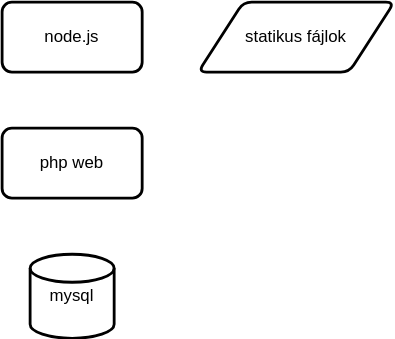
This is skanzen-folyamatábra.svg from boczpeter/notes, a draw.io export, as it was before one commit. Source tidied: cells renumbered, new cells last; positions are measured from the earlier drawing's top-left corner, leaving out a move shared by most shapes. The source it was exported from:
```xml
<mxGraphModel>
  <root>
    <mxCell id="0" />
    <mxCell id="1" parent="0" />
    <mxCell id="2" value="php web" style="rounded=1;whiteSpace=wrap;html=1;absoluteArcSize=1;arcSize=14;strokeWidth=2;" parent="1" vertex="1">
      <mxGeometry y="90" width="100" height="50" as="geometry" />
    </mxCell>
    <mxCell id="3" value="mysql" style="strokeWidth=2;html=1;shape=mxgraph.flowchart.database;whiteSpace=wrap;" parent="1" vertex="1">
      <mxGeometry x="20" y="180" width="60" height="60" as="geometry" />
    </mxCell>
    <mxCell id="4" value="node.js" style="rounded=1;whiteSpace=wrap;html=1;absoluteArcSize=1;arcSize=14;strokeWidth=2;" parent="1" vertex="1">
      <mxGeometry width="100" height="50" as="geometry" />
    </mxCell>
    <mxCell id="5" value="statikus fájlok" style="shape=parallelogram;html=1;strokeWidth=2;perimeter=parallelogramPerimeter;whiteSpace=wrap;rounded=1;arcSize=12;size=0.23;" parent="1" vertex="1">
      <mxGeometry x="140" width="140" height="50" as="geometry" />
    </mxCell>
  </root>
</mxGraphModel>
```
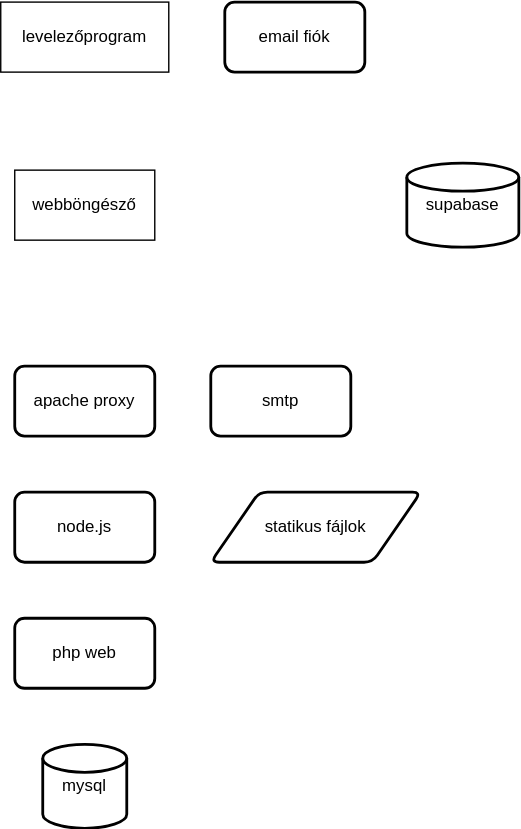
The same file after the commit.

Diff of the diagram source:
```diff
@@ -12,7 +12,25 @@
       <mxGeometry width="100" height="50" as="geometry" />
     </mxCell>
     <mxCell id="5" value="statikus fájlok" style="shape=parallelogram;html=1;strokeWidth=2;perimeter=parallelogramPerimeter;whiteSpace=wrap;rounded=1;arcSize=12;size=0.23;" parent="1" vertex="1">
-      <mxGeometry x="140" width="140" height="50" as="geometry" />
+      <mxGeometry x="140" width="150" height="50" as="geometry" />
     </mxCell>
+    <mxCell id="6" value="smtp" style="rounded=1;whiteSpace=wrap;html=1;absoluteArcSize=1;arcSize=14;strokeWidth=2;" parent="1" vertex="1">
+      <mxGeometry x="140" y="-90" width="100" height="50" as="geometry" />
+    </mxCell>
+    <mxCell id="7" value="apache proxy" style="rounded=1;whiteSpace=wrap;html=1;absoluteArcSize=1;arcSize=14;strokeWidth=2;" parent="1" vertex="1">
+      <mxGeometry y="-90" width="100" height="50" as="geometry" />
+    </mxCell>
+    <mxCell id="8" value="supabase" style="strokeWidth=2;html=1;shape=mxgraph.flowchart.database;whiteSpace=wrap;" parent="1" vertex="1">
+      <mxGeometry x="280" y="-235" width="80" height="60" as="geometry" />
+    </mxCell>
+    <mxCell id="9" value="webböngésző" style="rounded=0;whiteSpace=wrap;html=1;" parent="1" vertex="1">
+      <mxGeometry y="-230" width="100" height="50" as="geometry" />
+    </mxCell>
+    <mxCell id="10" value="levelezőprogram" style="rounded=0;whiteSpace=wrap;html=1;" parent="1" vertex="1">
+      <mxGeometry x="-10" y="-350" width="120" height="50" as="geometry" />
+    </mxCell>
+    <mxCell id="11" value="email fiók" style="rounded=1;whiteSpace=wrap;html=1;absoluteArcSize=1;arcSize=14;strokeWidth=2;" parent="1" vertex="1">
+      <mxGeometry x="150" y="-350" width="100" height="50" as="geometry" />
+    </mxCell>
   </root>
 </mxGraphModel>
```
